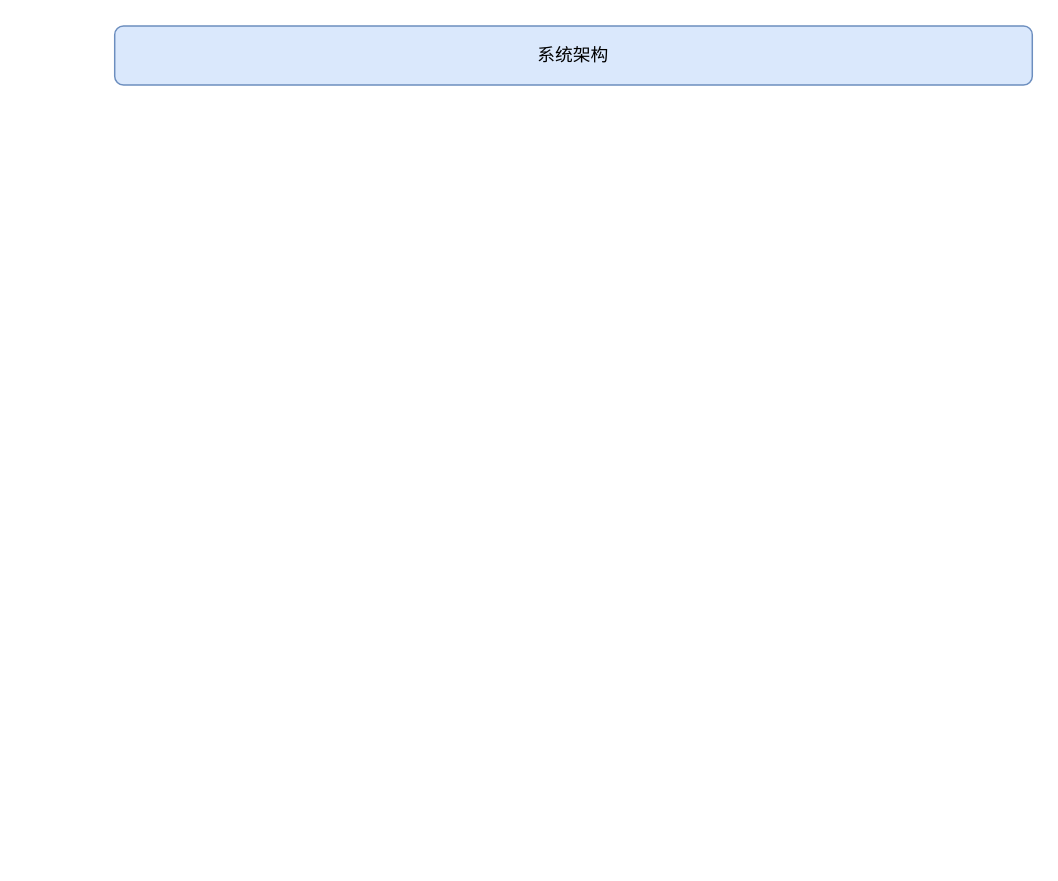
Before: 软件框架.drawio in chenxiaoliMira/charts, a draw.io diagram. Source tidied: cells renumbered, new cells numbered last; positions are measured from the earlier drawing's top-left corner, leaving out a move shared by most shapes. Both pictures are drawn from the tidied source at 148%, with x=0, y=0 at pixel (114, 25).
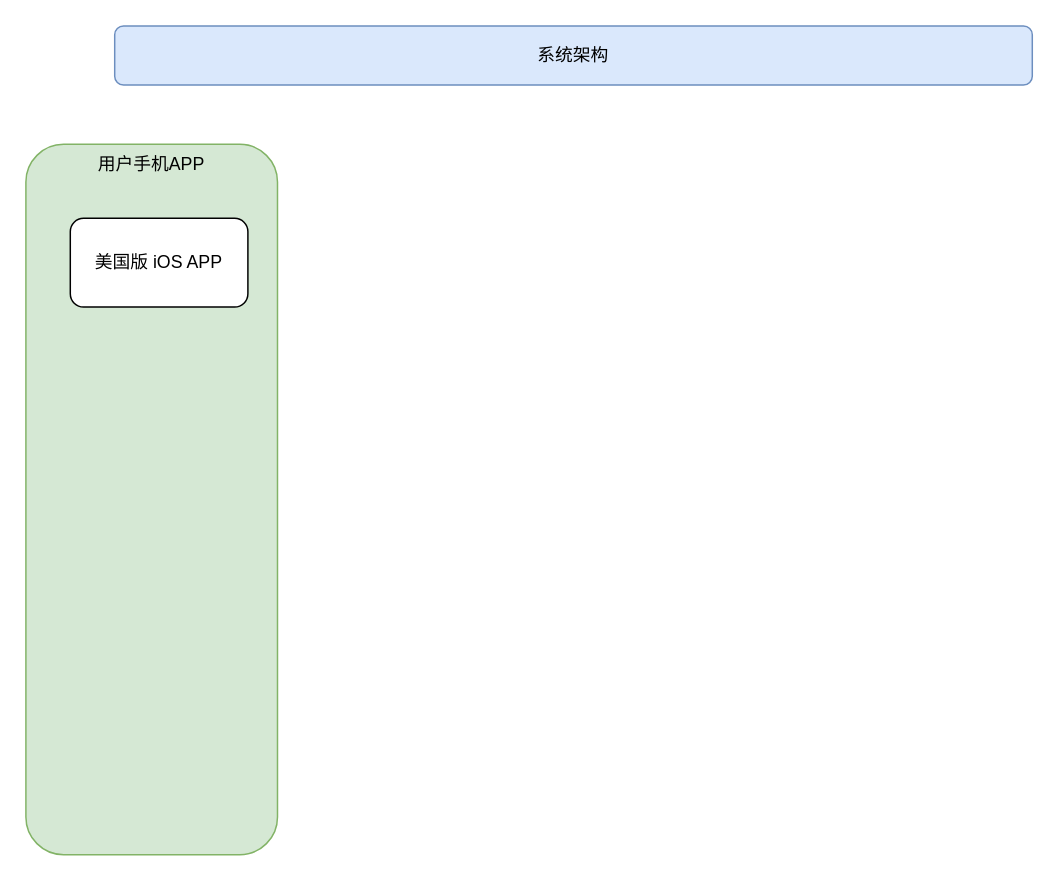
Above is the later version.

Commit message (it also covers changes not shown here):
更新软件框架.drawio

Change to the diagram source:
```diff
@@
 <mxGraphModel>
   <root>
     <mxCell id="0" />
     <mxCell id="1" parent="0" />
     <mxCell id="2" value="系统架构" style="rounded=1;whiteSpace=wrap;html=1;fillColor=#dae8fc;strokeColor=#6c8ebf;" parent="1" vertex="1">
       <mxGeometry width="620" height="40" as="geometry" />
     </mxCell>
+    <mxCell id="3" value="用户手机APP" style="rounded=1;whiteSpace=wrap;html=1;verticalAlign=top;fillColor=#d5e8d4;strokeColor=#82b366;" parent="1" vertex="1">
+      <mxGeometry x="-60" y="80" width="170" height="480" as="geometry" />
+    </mxCell>
+    <mxCell id="4" value="美国版 iOS APP" style="rounded=1;whiteSpace=wrap;html=1;" parent="1" vertex="1">
+      <mxGeometry x="-30" y="130" width="120" height="60" as="geometry" />
+    </mxCell>
   </root>
 </mxGraphModel>
```
